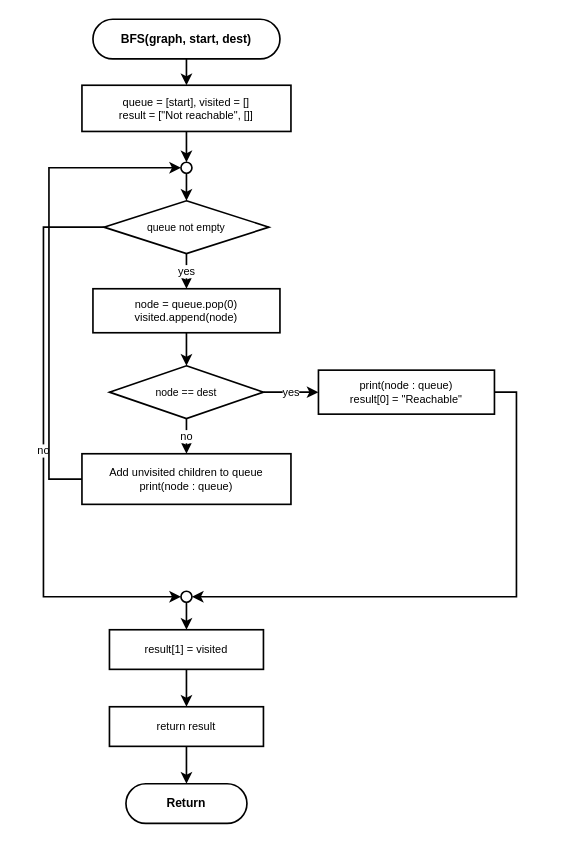
Earlier version of the draw.io diagram program001/flowchart/07_BFS.drawio (kittiphong064008-cyber/AI-Coding). Source tidied: cells renumbered, new cells numbered last; positions are measured from the earlier drawing's top-left corner, leaving out a move shared by most shapes. Both pictures are drawn from the tidied source at 110%, with x=0, y=0 at pixel (43, 19).
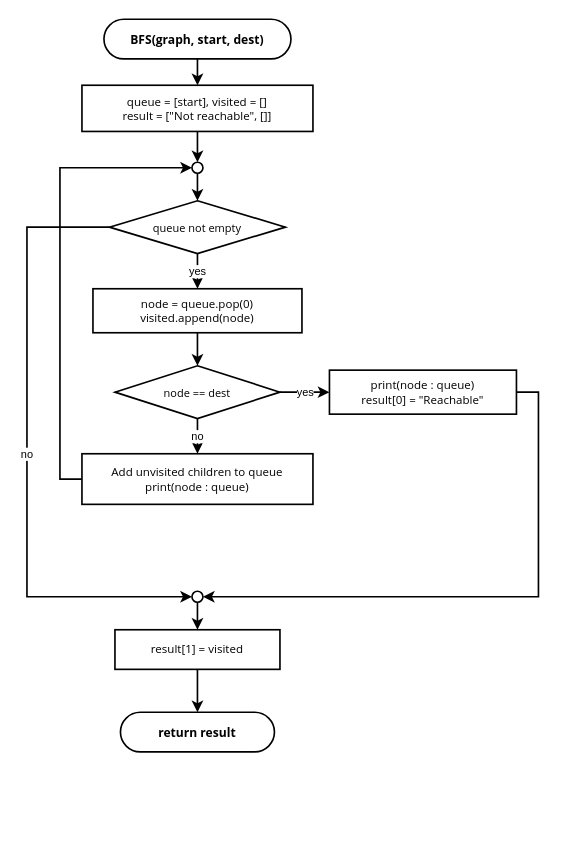
The same diagram, later.

Diff of the diagram source:
```diff
@@
-    <mxCell id="2" value="BFS(graph, start, dest)" style="rounded=1;whiteSpace=wrap;html=1;arcSize=50;fillColor=#ffffff;strokeColor=#000000;strokeWidth=1.5;fontSize=11;fontFamily=Helvetica;fontStyle=1;" parent="1" vertex="1">
-      <mxGeometry x="45" width="170" height="36" as="geometry" />
+    <mxCell id="2" value="BFS(graph, start, dest)" style="rounded=1;whiteSpace=wrap;html=1;arcSize=50;fillColor=#ffffff;strokeColor=#000000;strokeWidth=1.5;fontSize=11;fontFamily=Segoe UI;fontStyle=1;" parent="1" vertex="1">
+      <mxGeometry x="55" width="170" height="36" as="geometry" />
     </mxCell>
-    <mxCell id="3" value="queue = [start], visited = []&#10;result = [&quot;Not reachable&quot;, []]" style="rounded=0;whiteSpace=wrap;html=1;fillColor=#ffffff;strokeColor=#000000;strokeWidth=1.5;fontSize=10;fontFamily=Helvetica;" parent="1" vertex="1">
-      <mxGeometry x="35" y="60" width="190" height="42" as="geometry" />
+    <mxCell id="3" value="queue = [start], visited = []&#10;result = [&quot;Not reachable&quot;, []]" style="rounded=0;whiteSpace=wrap;html=1;fillColor=#ffffff;strokeColor=#000000;strokeWidth=1.5;fontSize=10.5;fontFamily=Segoe UI;" parent="1" vertex="1">
+      <mxGeometry x="35" y="60" width="210" height="42" as="geometry" />
     </mxCell>
     <mxCell id="4" style="ellipse;whiteSpace=wrap;html=1;fillColor=#ffffff;strokeColor=#000000;strokeWidth=1.5;" parent="1" vertex="1">
-      <mxGeometry x="125" y="130" width="10" height="10" as="geometry" />
+      <mxGeometry x="135" y="130" width="10" height="10" as="geometry" />
     </mxCell>
-    <mxCell id="5" value="queue not empty" style="rhombus;whiteSpace=wrap;html=1;fillColor=#ffffff;strokeColor=#000000;strokeWidth=1.5;fontSize=9.5;fontFamily=Helvetica;" parent="1" vertex="1">
-      <mxGeometry x="55" y="165" width="150" height="48" as="geometry" />
+    <mxCell id="5" value="queue not empty" style="rhombus;whiteSpace=wrap;html=1;fillColor=#ffffff;strokeColor=#000000;strokeWidth=1.5;fontSize=10;fontFamily=Segoe UI;" parent="1" vertex="1">
+      <mxGeometry x="60" y="165" width="160" height="48" as="geometry" />
     </mxCell>
-    <mxCell id="6" value="node = queue.pop(0)&#10;visited.append(node)" style="rounded=0;whiteSpace=wrap;html=1;fillColor=#ffffff;strokeColor=#000000;strokeWidth=1.5;fontSize=10;fontFamily=Helvetica;" parent="1" vertex="1">
-      <mxGeometry x="45" y="245" width="170" height="40" as="geometry" />
+    <mxCell id="6" value="node = queue.pop(0)&#10;visited.append(node)" style="rounded=0;whiteSpace=wrap;html=1;fillColor=#ffffff;strokeColor=#000000;strokeWidth=1.5;fontSize=10.5;fontFamily=Segoe UI;" parent="1" vertex="1">
+      <mxGeometry x="45" y="245" width="190" height="40" as="geometry" />
     </mxCell>
-    <mxCell id="7" value="node == dest" style="rhombus;whiteSpace=wrap;html=1;fillColor=#ffffff;strokeColor=#000000;strokeWidth=1.5;fontSize=9.5;fontFamily=Helvetica;" parent="1" vertex="1">
-      <mxGeometry x="60" y="315" width="140" height="48" as="geometry" />
+    <mxCell id="7" value="node == dest" style="rhombus;whiteSpace=wrap;html=1;fillColor=#ffffff;strokeColor=#000000;strokeWidth=1.5;fontSize=10;fontFamily=Segoe UI;" parent="1" vertex="1">
+      <mxGeometry x="65" y="315" width="150" height="48" as="geometry" />
     </mxCell>
-    <mxCell id="8" value="print(node : queue)&#10;result[0] = &quot;Reachable&quot;" style="rounded=0;whiteSpace=wrap;html=1;fillColor=#ffffff;strokeColor=#000000;strokeWidth=1.5;fontSize=10;fontFamily=Helvetica;" parent="1" vertex="1">
-      <mxGeometry x="250" y="319" width="160" height="40" as="geometry" />
+    <mxCell id="8" value="print(node : queue)&#10;result[0] = &quot;Reachable&quot;" style="rounded=0;whiteSpace=wrap;html=1;fillColor=#ffffff;strokeColor=#000000;strokeWidth=1.5;fontSize=10.5;fontFamily=Segoe UI;" parent="1" vertex="1">
+      <mxGeometry x="260" y="319" width="170" height="40" as="geometry" />
     </mxCell>
     <mxCell id="9" style="ellipse;whiteSpace=wrap;html=1;fillColor=#ffffff;strokeColor=#000000;strokeWidth=1.5;" parent="1" vertex="1">
-      <mxGeometry x="125" y="520" width="10" height="10" as="geometry" />
+      <mxGeometry x="135" y="520" width="10" height="10" as="geometry" />
     </mxCell>
-    <mxCell id="10" value="Add unvisited children to queue&#10;print(node : queue)" style="rounded=0;whiteSpace=wrap;html=1;fillColor=#ffffff;strokeColor=#000000;strokeWidth=1.5;fontSize=10;fontFamily=Helvetica;" parent="1" vertex="1">
-      <mxGeometry x="35" y="395" width="190" height="46" as="geometry" />
+    <mxCell id="10" value="Add unvisited children to queue&#10;print(node : queue)" style="rounded=0;whiteSpace=wrap;html=1;fillColor=#ffffff;strokeColor=#000000;strokeWidth=1.5;fontSize=10.5;fontFamily=Segoe UI;" parent="1" vertex="1">
+      <mxGeometry x="35" y="395" width="210" height="46" as="geometry" />
     </mxCell>
-    <mxCell id="11" value="result[1] = visited" style="rounded=0;whiteSpace=wrap;html=1;fillColor=#ffffff;strokeColor=#000000;strokeWidth=1.5;fontSize=10;fontFamily=Helvetica;" parent="1" vertex="1">
-      <mxGeometry x="60" y="555" width="140" height="36" as="geometry" />
+    <mxCell id="11" value="result[1] = visited" style="rounded=0;whiteSpace=wrap;html=1;fillColor=#ffffff;strokeColor=#000000;strokeWidth=1.5;fontSize=10.5;fontFamily=Segoe UI;" parent="1" vertex="1">
+      <mxGeometry x="65" y="555" width="150" height="36" as="geometry" />
     </mxCell>
-    <mxCell id="12" value="return result" style="rounded=0;whiteSpace=wrap;html=1;fillColor=#ffffff;strokeColor=#000000;strokeWidth=1.5;fontSize=10;fontFamily=Helvetica;" parent="1" vertex="1">
-      <mxGeometry x="60" y="625" width="140" height="36" as="geometry" />
-    </mxCell>
-    <mxCell id="13" value="Return" style="rounded=1;whiteSpace=wrap;html=1;arcSize=50;fillColor=#ffffff;strokeColor=#000000;strokeWidth=1.5;fontSize=11;fontFamily=Helvetica;fontStyle=1;" parent="1" vertex="1">
-      <mxGeometry x="75" y="695" width="110" height="36" as="geometry" />
+    <mxCell id="13" value="return result" style="rounded=1;whiteSpace=wrap;html=1;arcSize=50;fillColor=#ffffff;strokeColor=#000000;strokeWidth=1.5;fontSize=11;fontFamily=Segoe UI;fontStyle=1;" parent="1" vertex="1">
+      <mxGeometry x="70" y="630" width="140" height="36" as="geometry" />
     </mxCell>
@@
     <mxCell id="20" style="edgeStyle=orthogonalEdgeStyle;rounded=0;jettySize=auto;html=1;strokeWidth=1.5;strokeColor=#000000;fontSize=10;fontColor=#000000;exitX=1;exitY=0.5;exitDx=0;exitDy=0;entryX=1;entryY=0.5;entryDx=0;entryDy=0;" parent="1" edge="1" source="8" target="9">
       <mxGeometry relative="1" as="geometry">
         <Array as="points">
-          <mxPoint x="430" y="339" />
-          <mxPoint x="430" y="525" />
+          <mxPoint x="450" y="339" />
+          <mxPoint x="450" y="525" />
         </Array>
       </mxGeometry>
     </mxCell>
     <mxCell id="21" value="no" style="edgeStyle=orthogonalEdgeStyle;rounded=0;jettySize=auto;html=1;strokeWidth=1.5;strokeColor=#000000;fontSize=10;fontColor=#000000;exitX=0;exitY=0.5;exitDx=0;exitDy=0;entryX=0;entryY=0.5;entryDx=0;entryDy=0;" parent="1" edge="1" source="5" target="9">
       <mxGeometry relative="1" as="geometry">
         <Array as="points">
-          <mxPoint y="189" />
-          <mxPoint y="525" />
+          <mxPoint x="-15" y="189" />
+          <mxPoint x="-15" y="525" />
         </Array>
       </mxGeometry>
     </mxCell>
@@
     <mxCell id="23" style="edgeStyle=orthogonalEdgeStyle;rounded=0;jettySize=auto;html=1;strokeWidth=1.5;strokeColor=#000000;fontSize=10;fontColor=#000000;exitX=0;exitY=0.5;exitDx=0;exitDy=0;entryX=0;entryY=0.5;entryDx=0;entryDy=0;" parent="1" edge="1" source="10" target="4">
       <mxGeometry relative="1" as="geometry">
         <Array as="points">
-          <mxPoint x="5" y="418" />
-          <mxPoint x="5" y="135" />
+          <mxPoint x="15" y="418" />
+          <mxPoint x="15" y="135" />
         </Array>
       </mxGeometry>
     </mxCell>
@@
-    <mxCell id="25" style="edgeStyle=orthogonalEdgeStyle;rounded=0;jettySize=auto;html=1;strokeWidth=1.5;strokeColor=#000000;fontSize=10;fontColor=#000000;" parent="1" edge="1" source="11" target="12">
+    <mxCell id="25" style="edgeStyle=orthogonalEdgeStyle;rounded=0;jettySize=auto;html=1;strokeWidth=1.5;strokeColor=#000000;fontSize=10;fontColor=#000000;" parent="1" edge="1" source="11" target="13">
       <mxGeometry relative="1" as="geometry" />
     </mxCell>
-    <mxCell id="26" style="edgeStyle=orthogonalEdgeStyle;rounded=0;jettySize=auto;html=1;strokeWidth=1.5;strokeColor=#000000;fontSize=10;fontColor=#000000;" parent="1" edge="1" source="12" target="13">
-      <mxGeometry relative="1" as="geometry" />
-    </mxCell>
```
